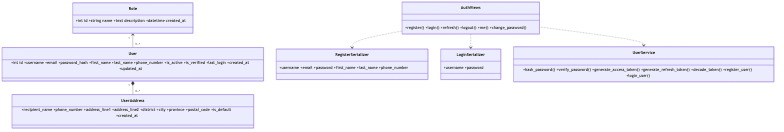
Before: docs/images/03-class-user.png, a diagram exported from Mermaid (Nanyak/final_kttkpm). Its source is kept beside it as docs/images/03-class-user.mmd. Source of this version:
```mermaid
classDiagram
  class Role { +int id +string name +text description +datetime created_at }
  class User { +int id +username +email +password_hash +first_name +last_name +phone_number +is_active +is_verified +last_login +created_at +updated_at }
  class UserAddress { +recipient_name +phone_number +address_line1 +address_line2 +district +city +province +postal_code +is_default +created_at }
  class RegisterSerializer { +username +email +password +first_name +last_name +phone_number }
  class LoginSerializer { +username +password }
  class AuthViews { +register() +login() +refresh() +logout() +me() +change_password() }
  class UserService { +hash_password() +verify_password() +generate_access_token() +generate_refresh_token() +decode_token() +register_user() +login_user() }
  Role "1" <-- "0..*" User
  User "1" *-- "0..*" UserAddress
  AuthViews ..> UserService
  AuthViews ..> RegisterSerializer
  AuthViews ..> LoginSerializer
```
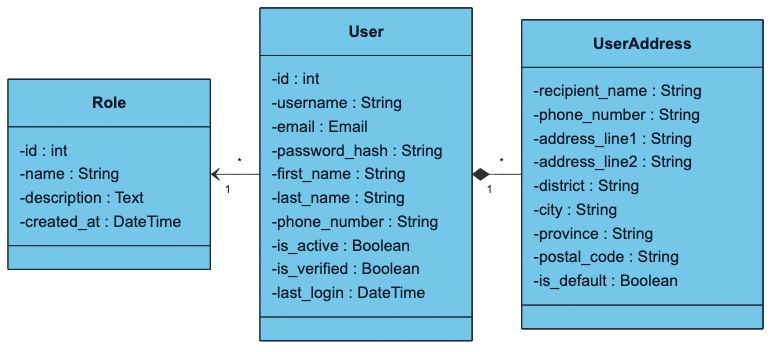
The same diagram one commit later.

The edit, as a diff of the source:
```diff
@@ -1,13 +1,34 @@
+%%{init: {"theme": "base", "themeVariables": {"primaryColor": "#74c7e8", "primaryBorderColor": "#1f2937", "primaryTextColor": "#111827", "lineColor": "#2f2f2f", "fontFamily": "Arial"}}}%%
 classDiagram
-  class Role { +int id +string name +text description +datetime created_at }
-  class User { +int id +username +email +password_hash +first_name +last_name +phone_number +is_active +is_verified +last_login +created_at +updated_at }
-  class UserAddress { +recipient_name +phone_number +address_line1 +address_line2 +district +city +province +postal_code +is_default +created_at }
-  class RegisterSerializer { +username +email +password +first_name +last_name +phone_number }
-  class LoginSerializer { +username +password }
-  class AuthViews { +register() +login() +refresh() +logout() +me() +change_password() }
-  class UserService { +hash_password() +verify_password() +generate_access_token() +generate_refresh_token() +decode_token() +register_user() +login_user() }
-  Role "1" <-- "0..*" User
-  User "1" *-- "0..*" UserAddress
-  AuthViews ..> UserService
-  AuthViews ..> RegisterSerializer
-  AuthViews ..> LoginSerializer
+  direction LR
+  class Role {
+    -id : int
+    -name : String
+    -description : Text
+    -created_at : DateTime
+  }
+  class User {
+    -id : int
+    -username : String
+    -email : Email
+    -password_hash : String
+    -first_name : String
+    -last_name : String
+    -phone_number : String
+    -is_active : Boolean
+    -is_verified : Boolean
+    -last_login : DateTime
+  }
+  class UserAddress {
+    -recipient_name : String
+    -phone_number : String
+    -address_line1 : String
+    -address_line2 : String
+    -district : String
+    -city : String
+    -province : String
+    -postal_code : String
+    -is_default : Boolean
+  }
+  Role "1" <-- "*" User
+  User "1" *-- "*" UserAddress
```
